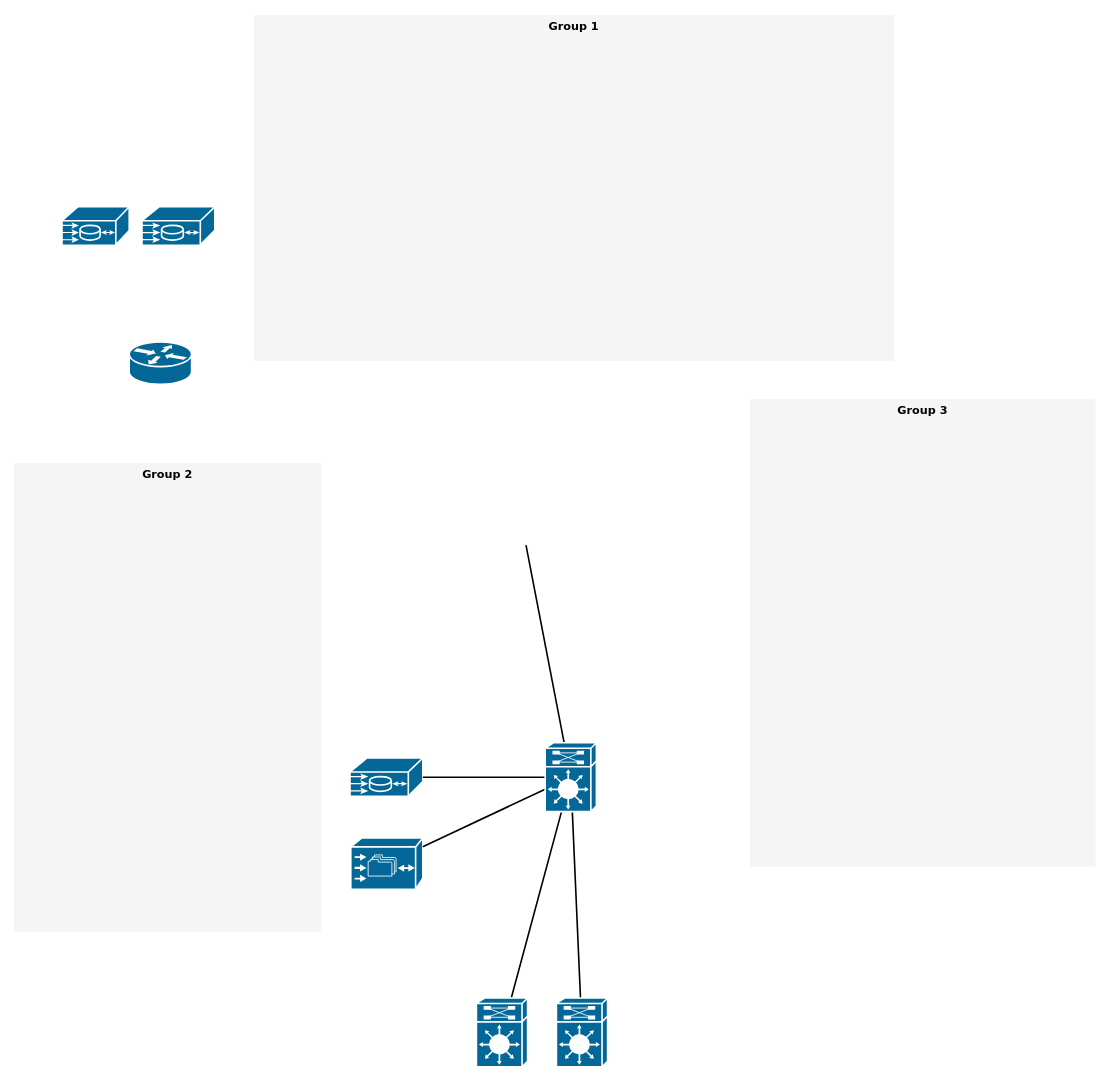
The draw.io diagram 双流机场登机口变更网络图.drawio in yang981209/gitskills, before the edit. Source tidied: cells renumbered, new cells numbered last; positions are measured from the earlier drawing's top-left corner, leaving out a move shared by most shapes. Both pictures are drawn from the tidied source at 80%, with x=0, y=0 at pixel (14, 14).
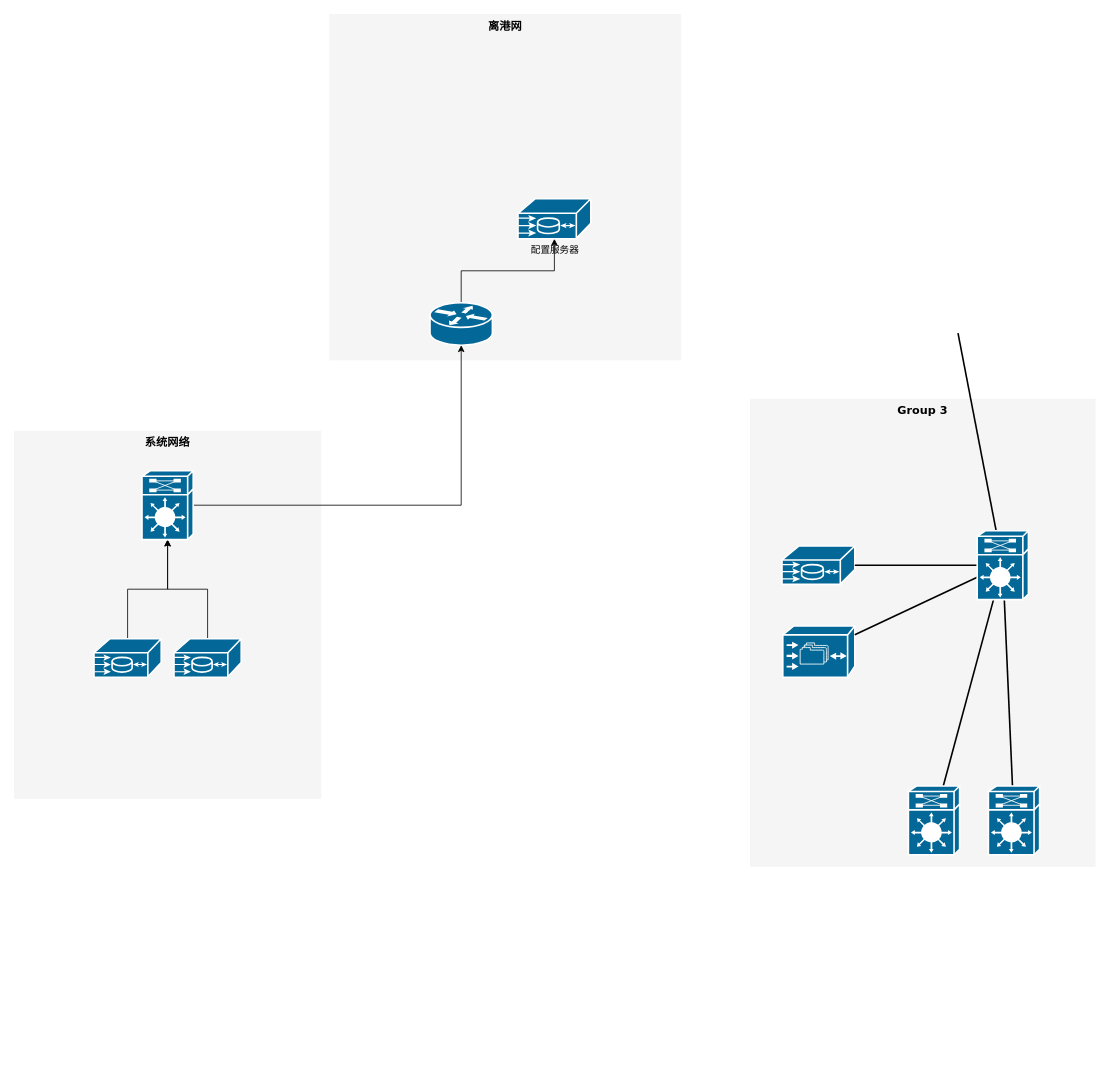
The same diagram, later.

Commit message (it also covers changes not shown here):
更新双流机场登机口变更网络图.drawio

Diff of the diagram source:
```diff
@@
-    <mxCell id="2" value="Group 1" style="whiteSpace=wrap;html=1;rounded=0;shadow=0;comic=0;strokeWidth=1;fontFamily=Verdana;fontSize=14;fillColor=#f5f5f5;strokeColor=none;verticalAlign=top;fontStyle=1;" parent="1" vertex="1">
-      <mxGeometry x="300" width="800" height="433" as="geometry" />
+    <mxCell id="2" value="离港网" style="whiteSpace=wrap;html=1;rounded=0;shadow=0;comic=0;strokeWidth=1;fontFamily=Verdana;fontSize=14;fillColor=#f5f5f5;strokeColor=none;verticalAlign=top;fontStyle=1;" parent="1" vertex="1">
+      <mxGeometry x="394" y="-1" width="440" height="433" as="geometry" />
     </mxCell>
@@
-    <mxCell id="4" value="Group 2" style="whiteSpace=wrap;html=1;rounded=0;shadow=0;comic=0;strokeWidth=1;fontFamily=Verdana;fontSize=14;fillColor=#f5f5f5;strokeColor=none;fontStyle=1;verticalAlign=top;" parent="1" vertex="1">
-      <mxGeometry y="560" width="384" height="587" as="geometry" />
+    <mxCell id="4" value="系统网络" style="whiteSpace=wrap;html=1;rounded=0;shadow=0;comic=0;strokeWidth=1;fontFamily=Verdana;fontSize=14;fillColor=#f5f5f5;strokeColor=none;fontStyle=1;verticalAlign=top;" parent="1" vertex="1">
+      <mxGeometry y="520" width="384" height="460" as="geometry" />
     </mxCell>
+    <mxCell id="18" style="edgeStyle=orthogonalEdgeStyle;rounded=0;jettySize=auto;html=1;exitX=0.5;exitY=0;exitDx=0;exitDy=0;exitPerimeter=0;fontFamily=Verdana;fontSize=14;fontColor=default;entryX=0.5;entryY=1;entryDx=0;entryDy=0;entryPerimeter=0;" parent="1" edge="1" source="5" target="23">
+      <mxGeometry relative="1" as="geometry" />
+    </mxCell>
     <mxCell id="5" style="shape=mxgraph.cisco.misc.me1100;html=1;dashed=0;fillColor=#036897;strokeColor=#ffffff;strokeWidth=2;verticalLabelPosition=bottom;verticalAlign=top;rounded=0;shadow=0;comic=0;fontFamily=Verdana;fontSize=12;" parent="1" vertex="1">
-      <mxGeometry x="60" y="240" width="84" height="48" as="geometry" />
+      <mxGeometry x="100" y="780" width="84" height="48" as="geometry" />
     </mxCell>
     <mxCell id="6" style="edgeStyle=none;html=1;labelBackgroundColor=none;startFill=0;endArrow=none;endFill=0;strokeWidth=2;fontFamily=Verdana;fontSize=12;" parent="1" edge="1" target="13">
       <mxGeometry relative="1" as="geometry">
-        <mxPoint x="640" y="663" as="sourcePoint" />
+        <mxPoint x="1180" y="398" as="sourcePoint" />
       </mxGeometry>
     </mxCell>
     <mxCell id="7" style="shape=mxgraph.cisco.misc.me1100;html=1;dashed=0;fillColor=#036897;strokeColor=#ffffff;strokeWidth=2;verticalLabelPosition=bottom;verticalAlign=top;rounded=0;shadow=0;comic=0;fontFamily=Verdana;fontSize=12;" parent="1" vertex="1">
-      <mxGeometry x="420" y="929" width="91" height="48" as="geometry" />
+      <mxGeometry x="960" y="664" width="91" height="48" as="geometry" />
     </mxCell>
     <mxCell id="8" style="shape=mxgraph.cisco.storage.cisco_file_engine;html=1;dashed=0;fillColor=#036897;strokeColor=#ffffff;strokeWidth=2;verticalLabelPosition=bottom;verticalAlign=top;rounded=0;shadow=0;comic=0;fontFamily=Verdana;fontSize=12;" parent="1" vertex="1">
-      <mxGeometry x="421" y="1029" width="90" height="64" as="geometry" />
+      <mxGeometry x="961" y="764" width="90" height="64" as="geometry" />
     </mxCell>
@@
     <mxCell id="13" style="shape=mxgraph.cisco.misc.route_switch_processor;html=1;dashed=0;fillColor=#036897;strokeColor=#ffffff;strokeWidth=2;verticalLabelPosition=bottom;verticalAlign=top;rounded=0;shadow=0;comic=0;fontFamily=Verdana;fontSize=12;" parent="1" vertex="1">
-      <mxGeometry x="664" y="910" width="64" height="86" as="geometry" />
+      <mxGeometry x="1204" y="645" width="64" height="86" as="geometry" />
     </mxCell>
     <mxCell id="14" style="shape=mxgraph.cisco.misc.route_switch_processor;html=1;dashed=0;fillColor=#036897;strokeColor=#ffffff;strokeWidth=2;verticalLabelPosition=bottom;verticalAlign=top;rounded=0;shadow=0;comic=0;fontFamily=Verdana;fontSize=12;" parent="1" vertex="1">
-      <mxGeometry x="578" y="1229" width="64" height="86" as="geometry" />
+      <mxGeometry x="1118" y="964" width="64" height="86" as="geometry" />
     </mxCell>
     <mxCell id="15" style="shape=mxgraph.cisco.misc.route_switch_processor;html=1;dashed=0;fillColor=#036897;strokeColor=#ffffff;strokeWidth=2;verticalLabelPosition=bottom;verticalAlign=top;rounded=0;shadow=0;comic=0;fontFamily=Verdana;fontSize=12;" parent="1" vertex="1">
-      <mxGeometry x="678" y="1229" width="64" height="86" as="geometry" />
+      <mxGeometry x="1218" y="964" width="64" height="86" as="geometry" />
     </mxCell>
+    <mxCell id="19" style="edgeStyle=orthogonalEdgeStyle;rounded=0;jettySize=auto;html=1;exitX=0.5;exitY=0;exitDx=0;exitDy=0;exitPerimeter=0;entryX=0.5;entryY=1;entryDx=0;entryDy=0;entryPerimeter=0;fontFamily=Verdana;fontSize=14;fontColor=default;" parent="1" edge="1" source="16" target="17">
+      <mxGeometry relative="1" as="geometry" />
+    </mxCell>
     <mxCell id="16" style="shape=mxgraph.cisco.routers.router;html=1;dashed=0;fillColor=#036897;strokeColor=#ffffff;strokeWidth=2;verticalLabelPosition=bottom;verticalAlign=top;rounded=0;shadow=0;comic=0;fontFamily=Verdana;fontSize=12;" parent="1" vertex="1">
-      <mxGeometry x="144" y="409" width="78" height="53" as="geometry" />
+      <mxGeometry x="520" y="360" width="78" height="53" as="geometry" />
     </mxCell>
-    <mxCell id="17" style="shape=mxgraph.cisco.misc.me1100;html=1;dashed=0;fillColor=#036897;strokeColor=#ffffff;strokeWidth=2;verticalLabelPosition=bottom;verticalAlign=top;rounded=0;shadow=0;comic=0;fontFamily=Verdana;fontSize=12;" parent="1" vertex="1">
-      <mxGeometry x="160" y="240" width="91" height="48" as="geometry" />
+    <mxCell id="17" value="配置服务器" style="shape=mxgraph.cisco.misc.me1100;html=1;dashed=0;fillColor=#036897;strokeColor=#ffffff;strokeWidth=2;verticalLabelPosition=bottom;verticalAlign=top;rounded=0;shadow=0;comic=0;fontFamily=Verdana;fontSize=12;" parent="1" vertex="1">
+      <mxGeometry x="630" y="230" width="91" height="50" as="geometry" />
     </mxCell>
+    <mxCell id="20" style="edgeStyle=orthogonalEdgeStyle;rounded=0;jettySize=auto;html=1;exitX=0.5;exitY=0;exitDx=0;exitDy=0;exitPerimeter=0;fontFamily=Verdana;fontSize=14;fontColor=default;entryX=0.5;entryY=1;entryDx=0;entryDy=0;entryPerimeter=0;" parent="1" edge="1" source="21" target="23">
+      <mxGeometry relative="1" as="geometry" />
+    </mxCell>
+    <mxCell id="21" style="shape=mxgraph.cisco.misc.me1100;html=1;dashed=0;fillColor=#036897;strokeColor=#ffffff;strokeWidth=2;verticalLabelPosition=bottom;verticalAlign=top;rounded=0;shadow=0;comic=0;fontFamily=Verdana;fontSize=12;" parent="1" vertex="1">
+      <mxGeometry x="200" y="780" width="84" height="48" as="geometry" />
+    </mxCell>
+    <mxCell id="22" style="edgeStyle=orthogonalEdgeStyle;rounded=0;jettySize=auto;html=1;entryX=0.5;entryY=1;entryDx=0;entryDy=0;entryPerimeter=0;fontFamily=Verdana;fontSize=14;fontColor=default;exitX=1;exitY=0.5;exitDx=0;exitDy=0;exitPerimeter=0;" parent="1" edge="1" source="23" target="16">
+      <mxGeometry relative="1" as="geometry" />
+    </mxCell>
+    <mxCell id="23" style="shape=mxgraph.cisco.misc.route_switch_processor;html=1;dashed=0;fillColor=#036897;strokeColor=#ffffff;strokeWidth=2;verticalLabelPosition=bottom;verticalAlign=top;rounded=0;shadow=0;comic=0;fontFamily=Verdana;fontSize=12;" parent="1" vertex="1">
+      <mxGeometry x="160" y="570" width="64" height="86" as="geometry" />
+    </mxCell>
```
